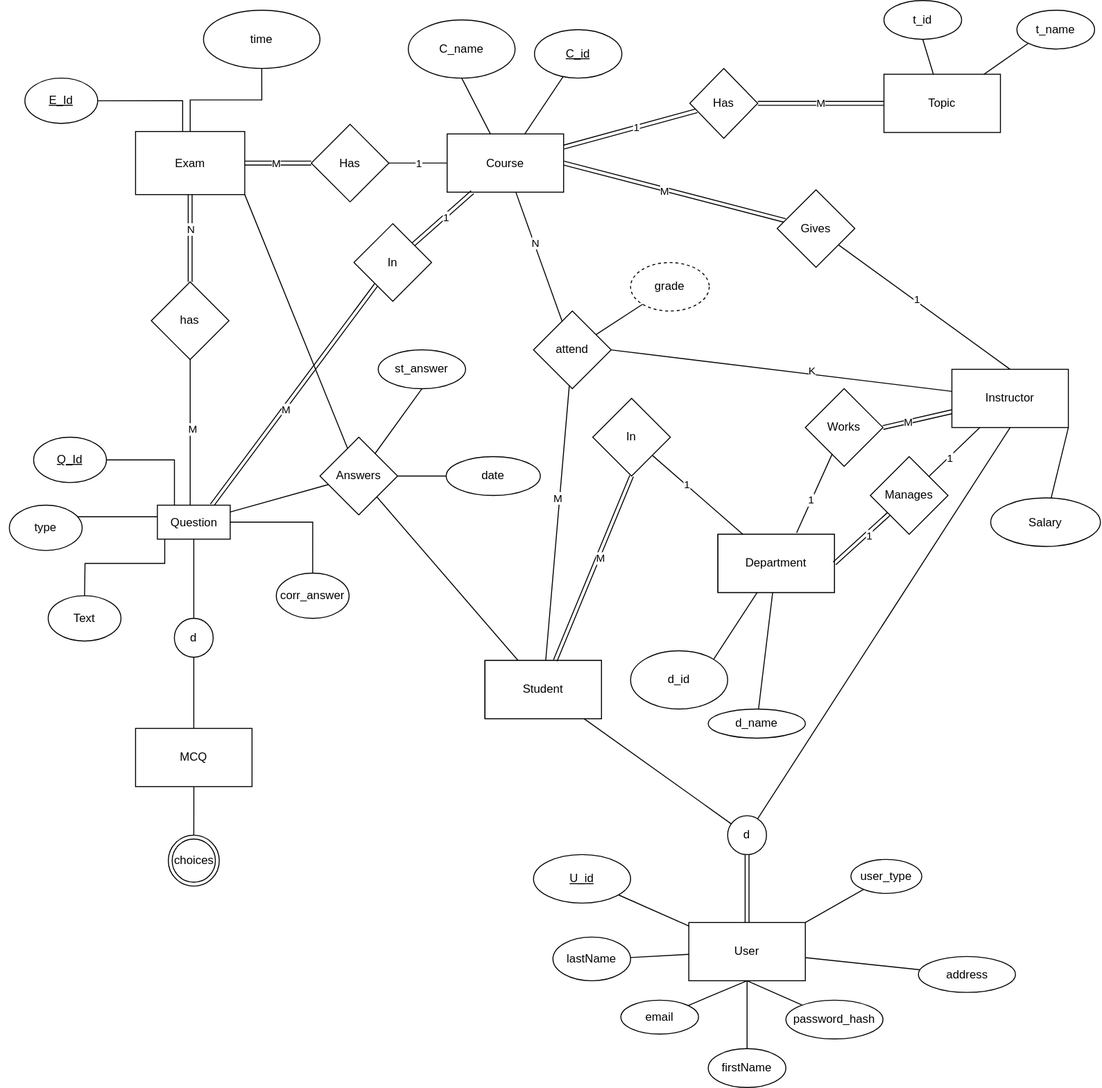
Above: ERD.drawio.svg in abdo1819/Examination-system (draw.io), before the change. Source tidied: cells renumbered, new cells last; positions are measured from the earlier drawing's top-left corner, leaving out a move shared by most shapes.
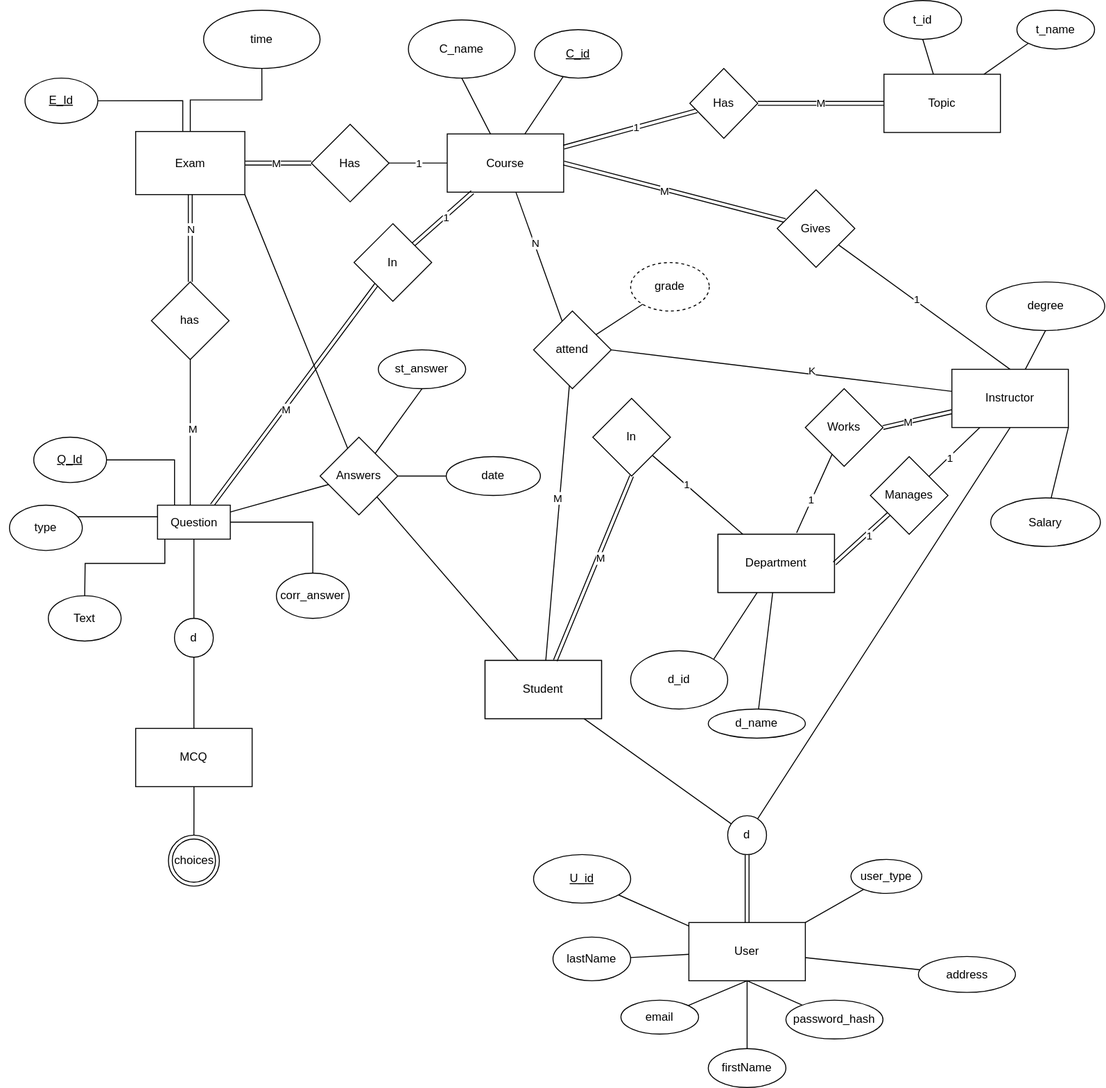
After the commit.

Commit message:
add degree for instructor

Diff of the diagram source:
```diff
@@ -190,6 +190,9 @@
     <mxCell id="58" value="K" style="edgeLabel;html=1;align=center;verticalAlign=middle;" parent="57" vertex="1">
       <mxGeometry x="-0.18" y="-4" relative="1" as="geometry" />
     </mxCell>
+    <mxCell id="125" style="edgeStyle=none;rounded=0;jettySize=auto;html=1;entryX=0.5;entryY=1;entryDx=0;entryDy=0;endArrow=none;endFill=0;" parent="1" edge="1" source="59" target="126">
+      <mxGeometry relative="1" as="geometry" />
+    </mxCell>
     <mxCell id="59" value="Instructor" style="rounded=0;whiteSpace=wrap;html=1;" parent="1" vertex="1">
       <mxGeometry x="980" y="380" width="120" height="60" as="geometry" />
     </mxCell>
@@ -407,5 +410,8 @@
     <mxCell id="124" style="edgeStyle=none;rounded=0;jettySize=auto;html=1;endArrow=none;endFill=0;" parent="1" edge="1" source="24" target="54">
       <mxGeometry relative="1" as="geometry" />
     </mxCell>
+    <mxCell id="126" value="degree" style="ellipse;whiteSpace=wrap;html=1;" parent="1" vertex="1">
+      <mxGeometry x="1015.5" y="290" width="122" height="50" as="geometry" />
+    </mxCell>
   </root>
 </mxGraphModel>
```
